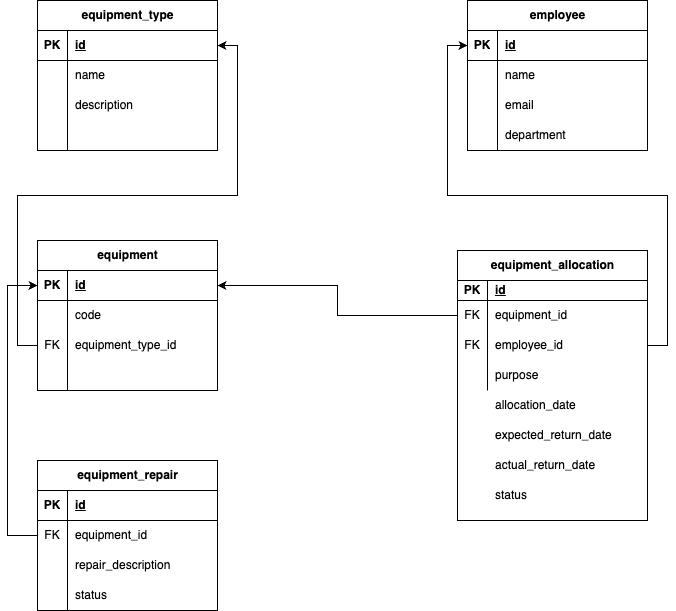
This is Week3Projects/EquipmentAllocationModel.png from devavasadi999/ScalaTraining, a draw.io export, as it was before one commit. Source tidied: cells renumbered, new cells last; positions are measured from the earlier drawing's top-left corner, leaving out a move shared by most shapes.
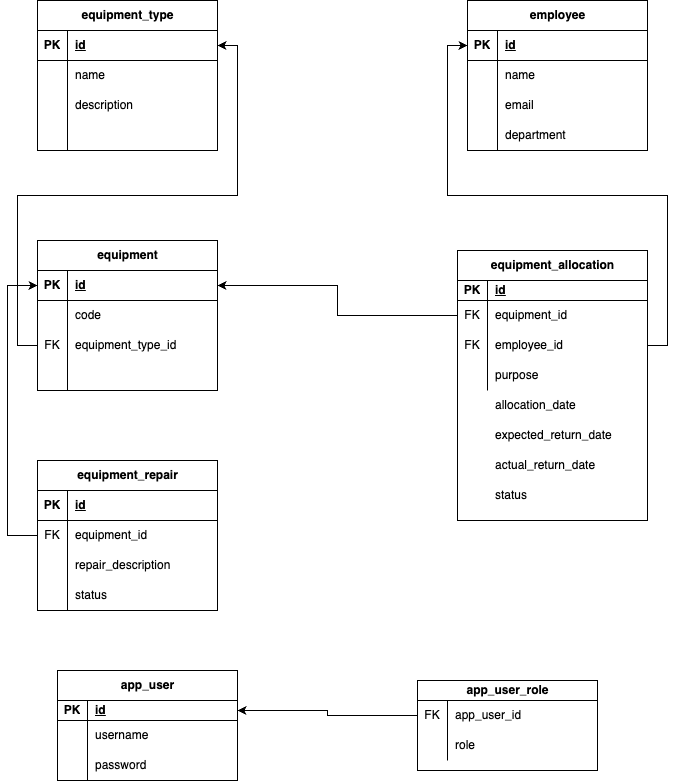
Above is the later version.

Diff of the diagram source:
```diff
@@ -226,5 +226,59 @@
         </Array>
       </mxGeometry>
     </mxCell>
+    <mxCell id="75" value="app_user" style="shape=table;startSize=30;rowLines=0;fontStyle=1;align=center;html=1;" parent="1" vertex="1">
+      <mxGeometry x="50" y="670" width="180" height="110" as="geometry" />
+    </mxCell>
+    <mxCell id="76" style="shape=tableRow;horizontal=0;startSize=0;swimlaneHead=0;swimlaneBody=0;fillColor=none;points=[[0,0.5],[1,0.5]];portConstraint=eastwest;top=0;left=0;right=0;bottom=1;" parent="75" vertex="1">
+      <mxGeometry y="30" width="180" height="20" as="geometry" />
+    </mxCell>
+    <mxCell id="77" value="PK" style="shape=partialRectangle;fillColor=none;top=0;left=0;bottom=0;right=0;fontStyle=1;overflow=hidden;whiteSpace=wrap;html=1;" parent="76" vertex="1">
+      <mxGeometry width="30" height="20" as="geometry" />
+    </mxCell>
+    <mxCell id="78" value="id" style="shape=partialRectangle;fillColor=none;top=0;left=0;bottom=0;right=0;align=left;spacingLeft=6;fontStyle=5;overflow=hidden;whiteSpace=wrap;html=1;" parent="76" vertex="1">
+      <mxGeometry x="30" width="150" height="20" as="geometry" />
+    </mxCell>
+    <mxCell id="79" style="shape=tableRow;horizontal=0;startSize=0;swimlaneHead=0;swimlaneBody=0;fillColor=none;top=0;left=0;right=0;bottom=0;" parent="75" vertex="1">
+      <mxGeometry y="50" width="180" height="30" as="geometry" />
+    </mxCell>
+    <mxCell id="80" style="shape=partialRectangle;fillColor=none;top=0;left=0;bottom=0;right=0;overflow=hidden;whiteSpace=wrap;html=1;" parent="79" vertex="1">
+      <mxGeometry width="30" height="30" as="geometry" />
+    </mxCell>
+    <mxCell id="81" value="username" style="shape=partialRectangle;fillColor=none;top=0;left=0;bottom=0;right=0;align=left;spacingLeft=6;overflow=hidden;whiteSpace=wrap;html=1;" parent="79" vertex="1">
+      <mxGeometry x="30" width="150" height="30" as="geometry" />
+    </mxCell>
+    <mxCell id="82" style="shape=tableRow;horizontal=0;startSize=0;swimlaneHead=0;swimlaneBody=0;fillColor=none;top=0;left=0;right=0;bottom=0;" parent="75" vertex="1">
+      <mxGeometry y="80" width="180" height="30" as="geometry" />
+    </mxCell>
+    <mxCell id="83" style="shape=partialRectangle;fillColor=none;top=0;left=0;bottom=0;right=0;overflow=hidden;whiteSpace=wrap;html=1;" parent="82" vertex="1">
+      <mxGeometry width="30" height="30" as="geometry" />
+    </mxCell>
+    <mxCell id="84" value="password" style="shape=partialRectangle;fillColor=none;top=0;left=0;bottom=0;right=0;align=left;spacingLeft=6;overflow=hidden;whiteSpace=wrap;html=1;" parent="82" vertex="1">
+      <mxGeometry x="30" width="150" height="30" as="geometry" />
+    </mxCell>
+    <mxCell id="85" value="app_user_role" style="shape=table;startSize=20;rowLines=0;fontStyle=1;align=center;html=1;" parent="1" vertex="1">
+      <mxGeometry x="410" y="680" width="180" height="90" as="geometry" />
+    </mxCell>
+    <mxCell id="86" style="shape=tableRow;horizontal=0;startSize=0;swimlaneHead=0;swimlaneBody=0;fillColor=none;points=[[0,0.5],[1,0.5]];portConstraint=eastwest;top=0;left=0;right=0;bottom=0;" parent="85" vertex="1">
+      <mxGeometry y="20" width="180" height="30" as="geometry" />
+    </mxCell>
+    <mxCell id="87" value="FK" style="shape=partialRectangle;fillColor=none;top=0;left=0;bottom=0;right=0;overflow=hidden;whiteSpace=wrap;html=1;" parent="86" vertex="1">
+      <mxGeometry width="30" height="30" as="geometry" />
+    </mxCell>
+    <mxCell id="88" value="app_user_id" style="shape=partialRectangle;fillColor=none;top=0;left=0;bottom=0;right=0;align=left;spacingLeft=6;overflow=hidden;whiteSpace=wrap;html=1;" parent="86" vertex="1">
+      <mxGeometry x="30" width="150" height="30" as="geometry" />
+    </mxCell>
+    <mxCell id="89" style="shape=tableRow;horizontal=0;startSize=0;swimlaneHead=0;swimlaneBody=0;fillColor=none;top=0;left=0;right=0;bottom=0;" parent="85" vertex="1">
+      <mxGeometry y="50" width="180" height="30" as="geometry" />
+    </mxCell>
+    <mxCell id="90" style="shape=partialRectangle;fillColor=none;top=0;left=0;bottom=0;right=0;overflow=hidden;whiteSpace=wrap;html=1;" parent="89" vertex="1">
+      <mxGeometry width="30" height="30" as="geometry" />
+    </mxCell>
+    <mxCell id="91" value="role" style="shape=partialRectangle;fillColor=none;top=0;left=0;bottom=0;right=0;align=left;spacingLeft=6;overflow=hidden;whiteSpace=wrap;html=1;" parent="89" vertex="1">
+      <mxGeometry x="30" width="150" height="30" as="geometry" />
+    </mxCell>
+    <mxCell id="92" style="edgeStyle=orthogonalEdgeStyle;rounded=0;jettySize=auto;html=1;entryX=1;entryY=0.5;entryDx=0;entryDy=0;" parent="1" edge="1" source="86" target="76">
+      <mxGeometry relative="1" as="geometry" />
+    </mxCell>
   </root>
 </mxGraphModel>
```
